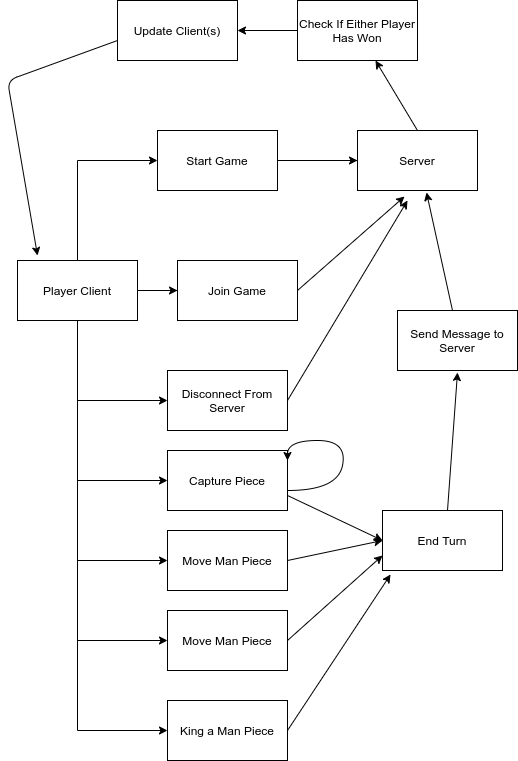
Above: docs/requirements/img/usecase-diagram.png in overlord-supreme/checkers (draw.io), before the change. Source tidied: cells renumbered, new cells last; positions are measured from the earlier drawing's top-left corner, leaving out a move shared by most shapes.
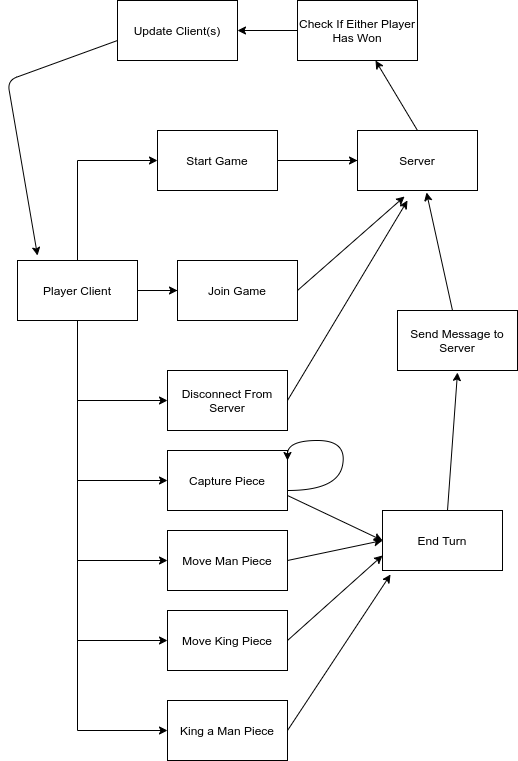
The same file after the commit.

Commit message:
Fix typo in use case diagram

Diff of the diagram source:
```diff
@@ -85,7 +85,7 @@
         <mxPoint x="70" y="640" as="sourcePoint" />
       </mxGeometry>
     </mxCell>
-    <mxCell id="22" value="Move Man Piece" style="rounded=0;whiteSpace=wrap;html=1;" parent="1" vertex="1">
+    <mxCell id="22" value="Move King Piece" style="rounded=0;whiteSpace=wrap;html=1;" parent="1" vertex="1">
       <mxGeometry x="160" y="610" width="120" height="60" as="geometry" />
     </mxCell>
     <mxCell id="23" style="curved=1;endArrow=classic;html=1;" parent="1" edge="1">
```
